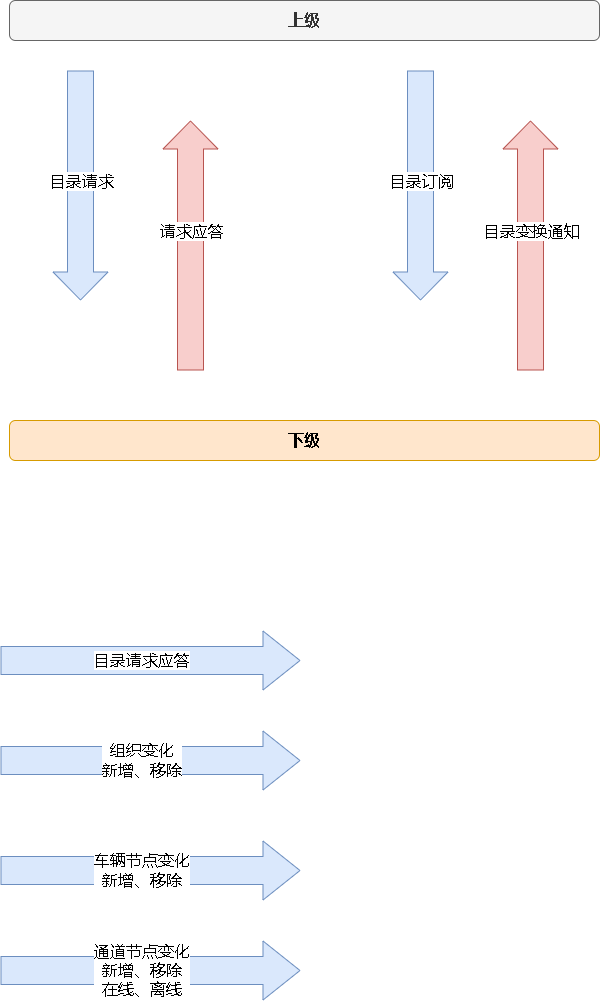
Above: 28181.drawio.png in xktder/draw (draw.io), before the change. Source tidied: cells renumbered, new cells last; positions are measured from the earlier drawing's top-left corner, leaving out a move shared by most shapes.
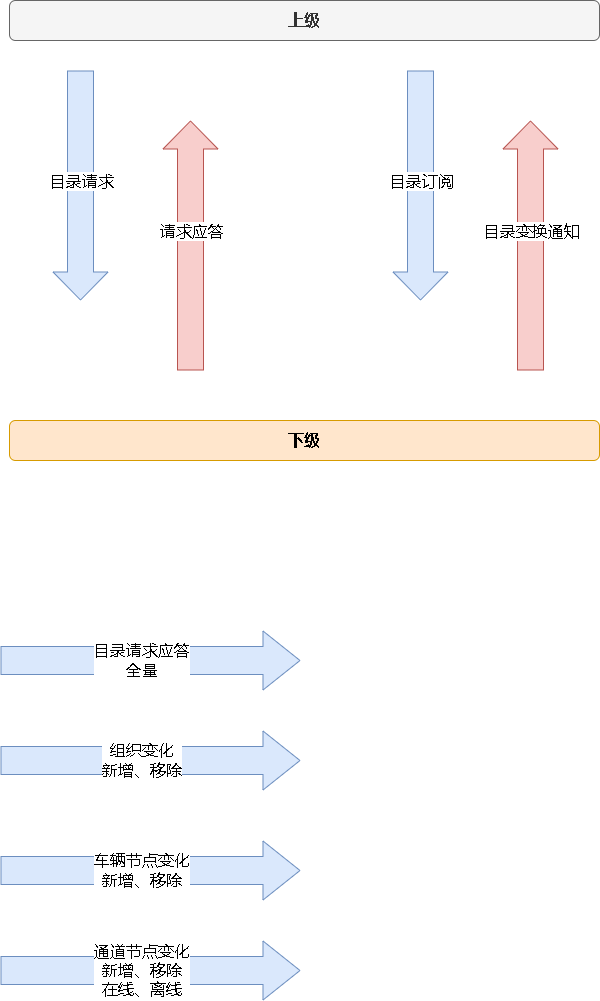
After the commit.

Change to the diagram source:
```diff
@@ -58,7 +58,7 @@
         <mxPoint x="300" y="660" as="targetPoint" />
       </mxGeometry>
     </mxCell>
-    <mxCell id="13" value="目录请求应答" style="edgeLabel;html=1;align=center;verticalAlign=middle;fontSize=16;" parent="12" vertex="1">
+    <mxCell id="13" value="目录请求应答&lt;br&gt;全量" style="edgeLabel;html=1;align=center;verticalAlign=middle;fontSize=16;" parent="12" vertex="1">
       <mxGeometry x="-0.23" y="1" relative="1" as="geometry">
         <mxPoint x="25" as="offset" />
       </mxGeometry>
```
